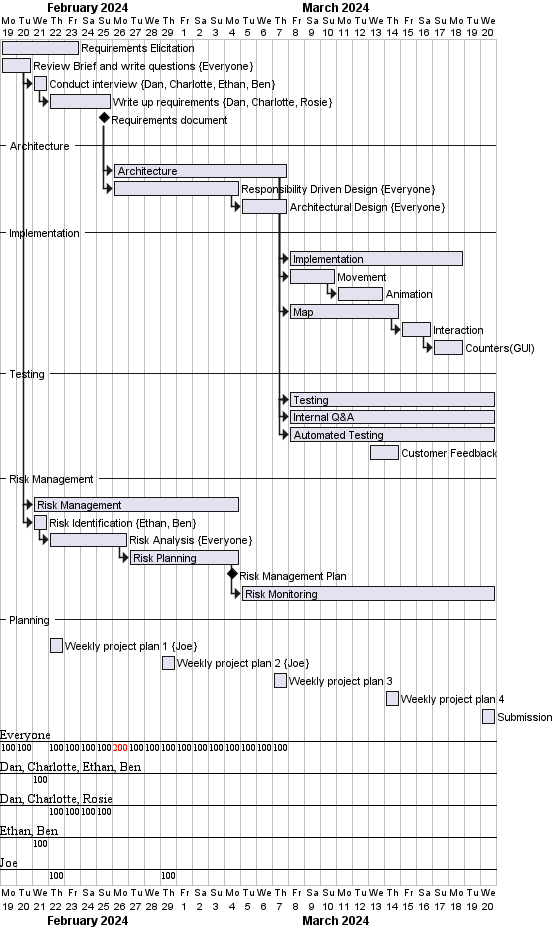
Before: plans/UML/week2-gantt.png, a diagram exported from PlantUML (jjzsilva9/eng1-website).
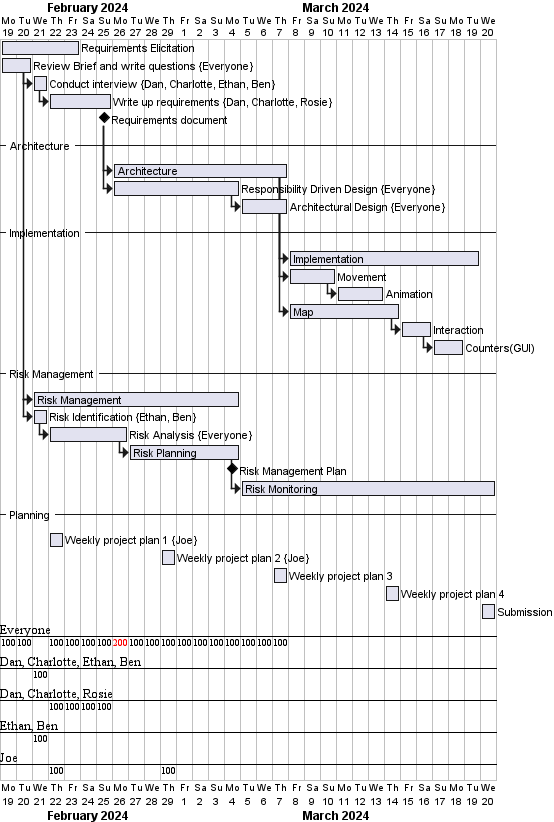
Above is the later version.

Commit message:
removed testing from planning, added basic styling to website

What changed in the source:
```diff
@@ -16,7 +16,7 @@
 [Architectural Design] starts at [Responsibility Driven Design]'s end
 --Implementation--
 [Implementation] starts at [Architecture]'s end
-[Implementation] requires 11 days
+[Implementation] requires 12 days
 [Movement] requires 3 days
 [Animation] requires 3 days
 [Map] requires 7 days
@@ -27,15 +27,6 @@
 [Animation] starts at [Movement]'s end
 [Interaction] starts at [Map]'s end
 [Counters(GUI)] starts at [Interaction]'s end
---Testing--
-[Testing] starts at [Implementation]'s start
-[Testing] requires 13 days
-[Internal Q&A] starts at [Testing]'s start
-[Internal Q&A] requires 13 days
-[Automated Testing] starts at [Testing]'s start
-[Automated Testing] requires 13 days
-[Customer Feedback] requires 2 days
-[Customer Feedback] starts on 2024-03-13
 --Risk Management--
 [Risk Management] requires 13 days
 [Risk Management] starts at [Review Brief and write questions]'s end
```
